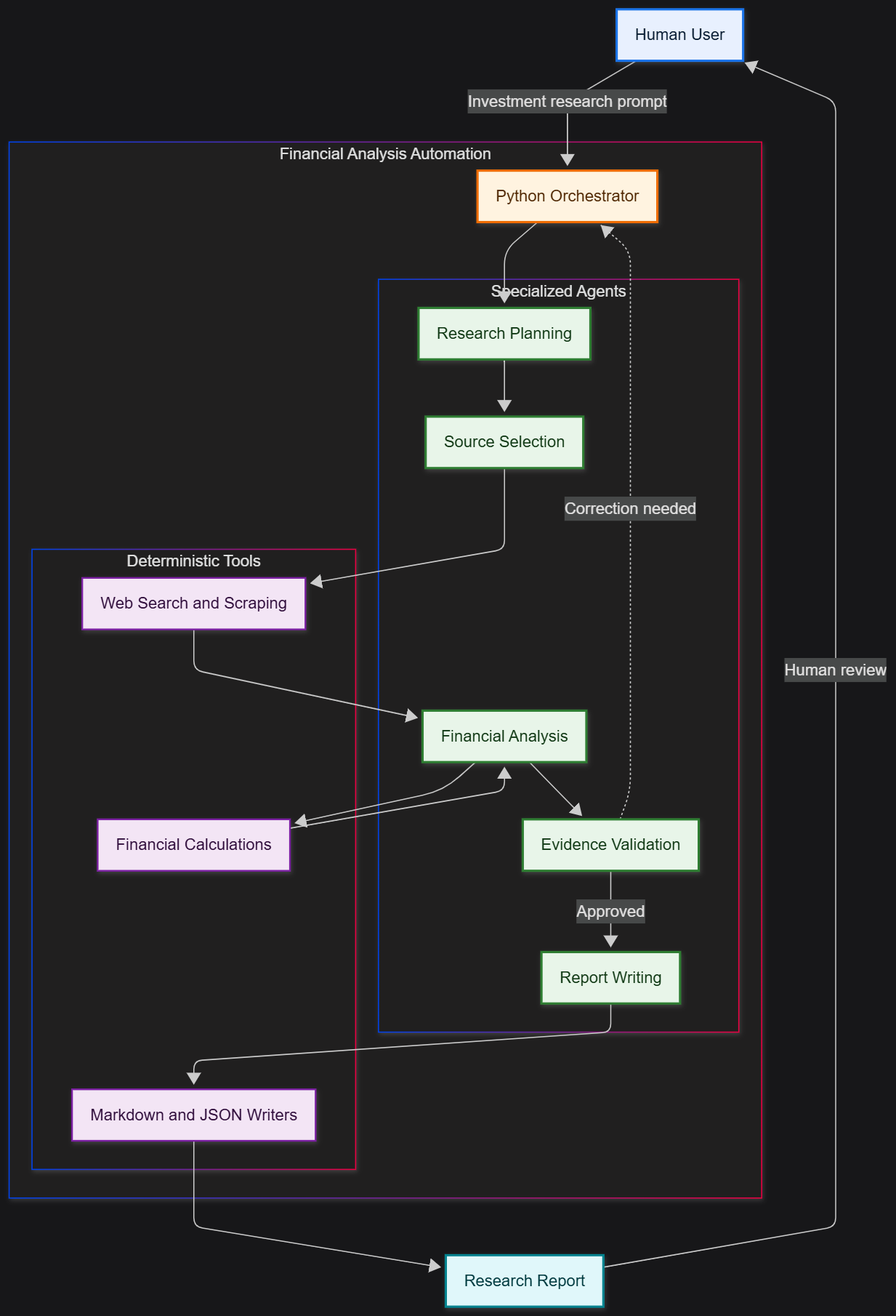
Earlier version of the Mermaid export docs/architecture.png (jaydengmckenna/FinancialAnalysisCapstone). Its source is kept beside it as docs/architecture.mmd. Source of this version:
```mermaid
flowchart TD
    USER[Human User]

    subgraph SYSTEM[Financial Analysis Automation]
        ORCH[Python Orchestrator]

        subgraph AGENTS[Specialized Agents]
            PLAN[Research Planning]
            SOURCE[Source Selection]
            ANALYZE[Financial Analysis]
            VALIDATE[Evidence Validation]
            REPORT[Report Writing]
        end

        subgraph TOOLS[Deterministic Tools]
            WEB[Web Search and Scraping]
            CALC[Financial Calculations]
            FILES[Markdown and JSON Writers]
        end
    end

    OUTPUT[Research Report]

    USER -->|Investment research prompt| ORCH

    ORCH --> PLAN
    PLAN --> SOURCE
    SOURCE --> WEB
    WEB --> ANALYZE
    ANALYZE --> CALC
    CALC --> ANALYZE
    ANALYZE --> VALIDATE

    VALIDATE -->|Approved| REPORT
    VALIDATE -.->|Correction needed| ORCH

    REPORT --> FILES
    FILES --> OUTPUT
    OUTPUT -->|Human review| USER

    classDef human fill:#E8F0FE,stroke:#1A73E8,color:#0B1F33,stroke-width:2px;
    classDef orchestrator fill:#FFF3E0,stroke:#EF6C00,color:#4E2600,stroke-width:2px;
    classDef agent fill:#E8F5E9,stroke:#2E7D32,color:#123A16,stroke-width:2px;
    classDef tool fill:#F3E5F5,stroke:#7B1FA2,color:#32103E,stroke-width:1.5px;
    classDef output fill:#E0F7FA,stroke:#00838F,color:#003B40,stroke-width:2px;

    class USER human;
    class ORCH orchestrator;
    class PLAN,SOURCE,ANALYZE,VALIDATE,REPORT agent;
    class WEB,CALC,FILES tool;
    class OUTPUT output;
```
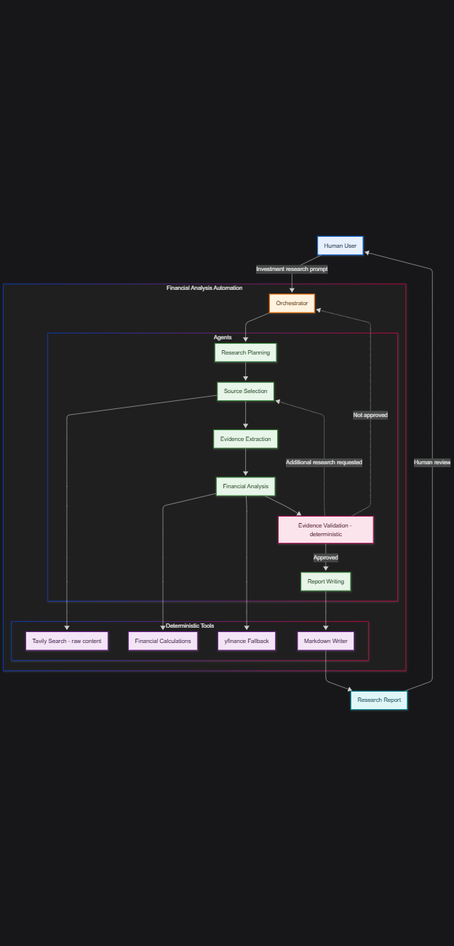
The same diagram one commit later.

Change to the diagram source:
```diff
@@ -2,20 +2,22 @@
     USER[Human User]
 
     subgraph SYSTEM[Financial Analysis Automation]
-        ORCH[Python Orchestrator]
+        ORCH[Orchestrator]
 
-        subgraph AGENTS[Specialized Agents]
+        subgraph AGENTS[Agents]
             PLAN[Research Planning]
             SOURCE[Source Selection]
+            EXTRACT[Evidence Extraction]
             ANALYZE[Financial Analysis]
-            VALIDATE[Evidence Validation]
+            VALIDATE[Evidence Validation - deterministic]
             REPORT[Report Writing]
         end
 
         subgraph TOOLS[Deterministic Tools]
-            WEB[Web Search and Scraping]
+            TAVILY[Tavily Search - raw content]
             CALC[Financial Calculations]
-            FILES[Markdown and JSON Writers]
+            YFIN[yfinance Fallback]
+            WRITER[Markdown Writer]
         end
     end
 
@@ -25,27 +27,31 @@
 
     ORCH --> PLAN
     PLAN --> SOURCE
-    SOURCE --> WEB
-    WEB --> ANALYZE
+    SOURCE --> TAVILY
+    SOURCE --> EXTRACT
+    EXTRACT --> ANALYZE
     ANALYZE --> CALC
-    CALC --> ANALYZE
+    ANALYZE --> YFIN
     ANALYZE --> VALIDATE
 
     VALIDATE -->|Approved| REPORT
-    VALIDATE -.->|Correction needed| ORCH
+    VALIDATE -.->|Additional research requested| SOURCE
+    VALIDATE -.->|Not approved| ORCH
 
-    REPORT --> FILES
-    FILES --> OUTPUT
+    REPORT --> WRITER
+    WRITER --> OUTPUT
     OUTPUT -->|Human review| USER
 
     classDef human fill:#E8F0FE,stroke:#1A73E8,color:#0B1F33,stroke-width:2px;
     classDef orchestrator fill:#FFF3E0,stroke:#EF6C00,color:#4E2600,stroke-width:2px;
     classDef agent fill:#E8F5E9,stroke:#2E7D32,color:#123A16,stroke-width:2px;
+    classDef deterministic_agent fill:#FCE4EC,stroke:#AD1457,color:#3A0A1E,stroke-width:2px;
     classDef tool fill:#F3E5F5,stroke:#7B1FA2,color:#32103E,stroke-width:1.5px;
     classDef output fill:#E0F7FA,stroke:#00838F,color:#003B40,stroke-width:2px;
 
     class USER human;
     class ORCH orchestrator;
-    class PLAN,SOURCE,ANALYZE,VALIDATE,REPORT agent;
-    class WEB,CALC,FILES tool;
+    class PLAN,SOURCE,EXTRACT,ANALYZE,REPORT agent;
+    class VALIDATE deterministic_agent;
+    class TAVILY,CALC,YFIN,WRITER tool;
     class OUTPUT output;
```
